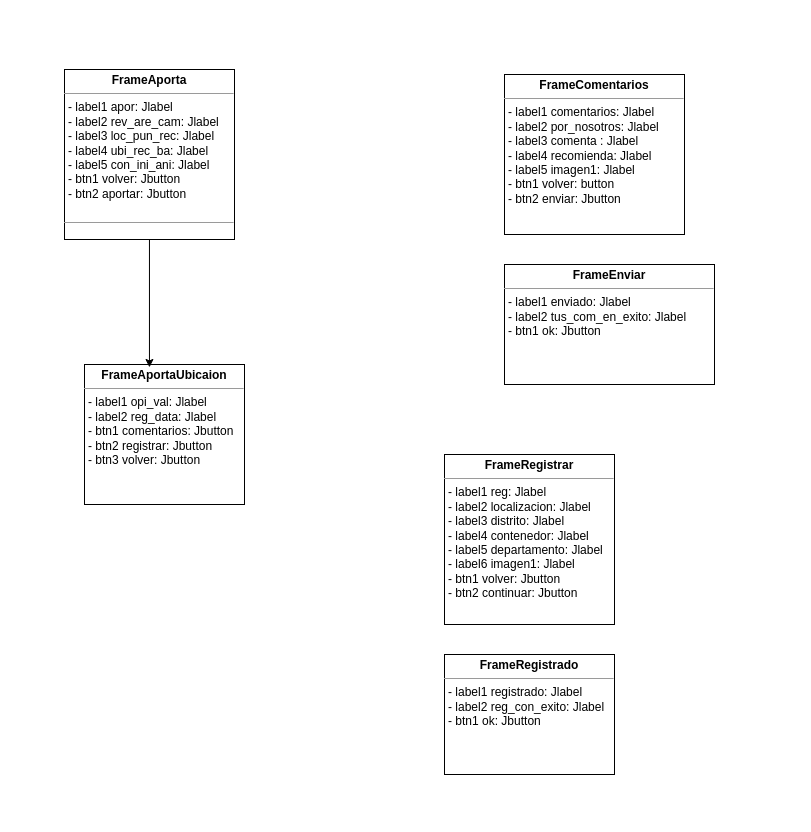
IsmaelC12/laboratorio_1 keeps this draw.io diagram as POO.drawio. Above is the earlier version. Source tidied: cells renumbered, new cells numbered last; positions are measured from the earlier drawing's top-left corner, leaving out a move shared by most shapes. Both pictures are drawn from the tidied source at 100%, with x=0, y=0 at pixel (64, 69).
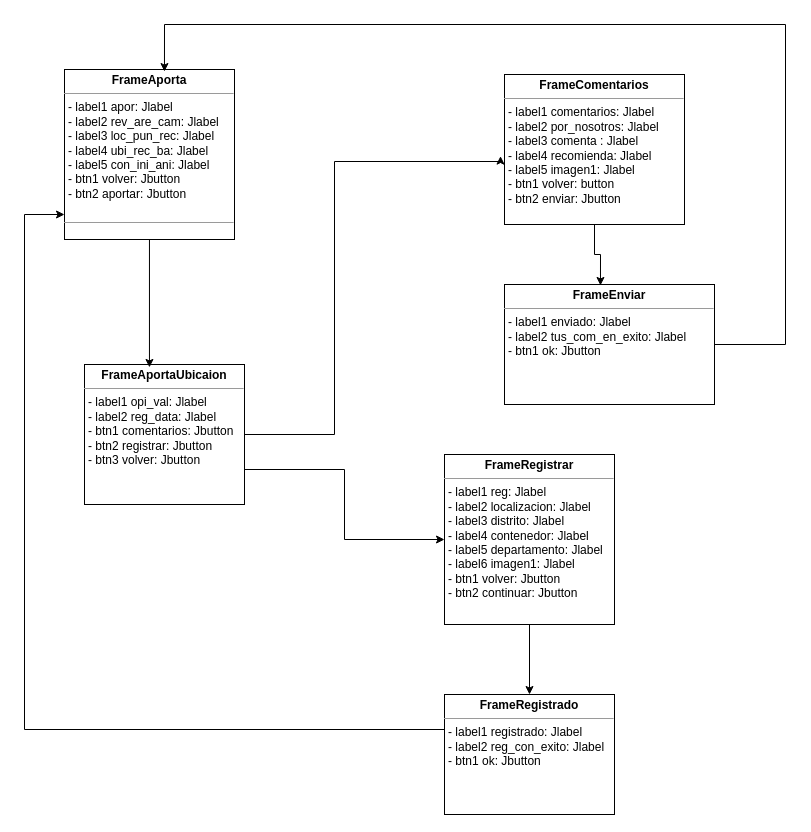
The same diagram, later.

Unchanged cells that the change refers to:
```xml
<mxCell id="2" value="&lt;p style=&quot;margin:0px;margin-top:4px;text-align:center;&quot;&gt;&lt;b&gt;FrameAporta&lt;/b&gt;&lt;/p&gt;&lt;hr size=&quot;1&quot;&gt;&lt;p style=&quot;margin:0px;margin-left:4px;&quot;&gt;- label1 apor: Jlabel&lt;/p&gt;&lt;p style=&quot;margin:0px;margin-left:4px;&quot;&gt;- label2 rev_are_cam: Jlabel&lt;/p&gt;&lt;p style=&quot;margin:0px;margin-left:4px;&quot;&gt;- label3 loc_pun_rec: Jlabel&lt;/p&gt;&lt;p style=&quot;margin:0px;margin-left:4px;&quot;&gt;- label4 ubi_rec_ba: Jlabel&lt;/p&gt;&lt;p style=&quot;margin:0px;margin-left:4px;&quot;&gt;- label5 con_ini_ani: Jlabel&lt;/p&gt;&lt;p style=&quot;margin:0px;margin-left:4px;&quot;&gt;- btn1 volver: Jbutton&lt;/p&gt;&lt;p style=&quot;margin:0px;margin-left:4px;&quot;&gt;- btn2 aportar: Jbutton&lt;/p&gt;&lt;p style=&quot;margin:0px;margin-left:4px;&quot;&gt;&lt;br&gt;&lt;/p&gt;&lt;hr size=&quot;1&quot;&gt;&lt;p style=&quot;margin:0px;margin-left:4px;&quot;&gt;&lt;br&gt;&lt;/p&gt;" style="verticalAlign=top;align=left;overflow=fill;fontSize=12;fontFamily=Helvetica;html=1;whiteSpace=wrap;" parent="1" vertex="1">
  <mxGeometry width="170" height="170" as="geometry" />
</mxCell>
<mxCell id="3" value="&lt;p style=&quot;margin:0px;margin-top:4px;text-align:center;&quot;&gt;&lt;b&gt;FrameAportaUbicaion&lt;/b&gt;&lt;/p&gt;&lt;hr size=&quot;1&quot;&gt;&lt;p style=&quot;margin:0px;margin-left:4px;&quot;&gt;- label1 opi_val: Jlabel&lt;/p&gt;&lt;p style=&quot;margin:0px;margin-left:4px;&quot;&gt;- label2 reg_data: Jlabel&lt;/p&gt;&lt;p style=&quot;margin:0px;margin-left:4px;&quot;&gt;- btn1 comentarios: Jbutton&lt;/p&gt;&lt;p style=&quot;margin:0px;margin-left:4px;&quot;&gt;- btn2 registrar: Jbutton&lt;/p&gt;&lt;p style=&quot;margin:0px;margin-left:4px;&quot;&gt;- btn3 volver: Jbutton&lt;/p&gt;&lt;p style=&quot;margin:0px;margin-left:4px;&quot;&gt;&lt;br&gt;&lt;/p&gt;" style="verticalAlign=top;align=left;overflow=fill;fontSize=12;fontFamily=Helvetica;html=1;whiteSpace=wrap;" parent="1" vertex="1">
  <mxGeometry x="20" y="295" width="160" height="140" as="geometry" />
</mxCell>
<mxCell id="6" value="&lt;p style=&quot;margin:0px;margin-top:4px;text-align:center;&quot;&gt;&lt;b&gt;FrameRegistrar&lt;/b&gt;&lt;/p&gt;&lt;hr size=&quot;1&quot;&gt;&lt;p style=&quot;margin:0px;margin-left:4px;&quot;&gt;- label1 reg: Jlabel&lt;/p&gt;&lt;p style=&quot;margin:0px;margin-left:4px;&quot;&gt;- label2 localizacion: Jlabel&lt;/p&gt;&lt;p style=&quot;margin:0px;margin-left:4px;&quot;&gt;- label3 distrito: Jlabel&lt;/p&gt;&lt;p style=&quot;margin:0px;margin-left:4px;&quot;&gt;- label4 contenedor: Jlabel&lt;/p&gt;&lt;p style=&quot;margin:0px;margin-left:4px;&quot;&gt;- label5 departamento: Jlabel&lt;/p&gt;&lt;p style=&quot;margin:0px;margin-left:4px;&quot;&gt;- label6 imagen1: Jlabel&lt;/p&gt;&lt;p style=&quot;margin:0px;margin-left:4px;&quot;&gt;- btn1 volver: Jbutton&lt;/p&gt;&lt;p style=&quot;margin:0px;margin-left:4px;&quot;&gt;- btn2 continuar: Jbutton&lt;/p&gt;" style="verticalAlign=top;align=left;overflow=fill;fontSize=12;fontFamily=Helvetica;html=1;whiteSpace=wrap;" parent="1" vertex="1">
  <mxGeometry x="380" y="385" width="170" height="170" as="geometry" />
</mxCell>
```

What changed in the source:
```diff
@@
+    <mxCell id="9" style="edgeStyle=orthogonalEdgeStyle;rounded=0;jettySize=auto;html=1;entryX=-0.022;entryY=0.544;entryDx=0;entryDy=0;entryPerimeter=0;exitX=1;exitY=0.5;exitDx=0;exitDy=0;" parent="1" edge="1" source="3" target="7">
+      <mxGeometry relative="1" as="geometry">
+        <Array as="points">
+          <mxPoint x="270" y="365" />
+          <mxPoint x="270" y="92" />
+        </Array>
+      </mxGeometry>
+    </mxCell>
+    <mxCell id="10" style="edgeStyle=orthogonalEdgeStyle;rounded=0;jettySize=auto;html=1;exitX=1;exitY=0.75;exitDx=0;exitDy=0;" parent="1" edge="1" source="3" target="6">
+      <mxGeometry relative="1" as="geometry" />
+    </mxCell>
@@
+    <mxCell id="11" style="edgeStyle=orthogonalEdgeStyle;rounded=0;jettySize=auto;html=1;entryX=0.588;entryY=0.012;entryDx=0;entryDy=0;entryPerimeter=0;" parent="1" edge="1" source="4" target="2">
+      <mxGeometry relative="1" as="geometry">
+        <Array as="points">
+          <mxPoint x="721" y="275" />
+          <mxPoint x="721" y="-45" />
+          <mxPoint x="100" y="-45" />
+        </Array>
+      </mxGeometry>
+    </mxCell>
     <mxCell id="4" value="&lt;p style=&quot;margin:0px;margin-top:4px;text-align:center;&quot;&gt;&lt;b&gt;FrameEnviar&lt;/b&gt;&lt;/p&gt;&lt;hr size=&quot;1&quot;&gt;&lt;p style=&quot;margin:0px;margin-left:4px;&quot;&gt;- label1 enviado: Jlabel&lt;/p&gt;&lt;p style=&quot;margin:0px;margin-left:4px;&quot;&gt;- label2 tus_com_en_exito: Jlabel&lt;/p&gt;&lt;p style=&quot;margin:0px;margin-left:4px;&quot;&gt;- btn1 ok: Jbutton&lt;/p&gt;&lt;p style=&quot;margin:0px;margin-left:4px;&quot;&gt;&lt;br&gt;&lt;/p&gt;" style="verticalAlign=top;align=left;overflow=fill;fontSize=12;fontFamily=Helvetica;html=1;whiteSpace=wrap;" parent="1" vertex="1">
-      <mxGeometry x="440" y="195" width="210" height="120" as="geometry" />
+      <mxGeometry x="440" y="215" width="210" height="120" as="geometry" />
     </mxCell>
+    <mxCell id="12" style="edgeStyle=orthogonalEdgeStyle;rounded=0;orthogonalLoop=1;jettySize=auto;html=1;entryX=0;entryY=1;entryDx=0;entryDy=0;" parent="1" edge="1">
+      <mxGeometry relative="1" as="geometry">
+        <mxPoint x="380" y="660" as="sourcePoint" />
+        <mxPoint y="145" as="targetPoint" />
+        <Array as="points">
+          <mxPoint x="-40" y="660" />
+          <mxPoint x="-40" y="145" />
+        </Array>
+      </mxGeometry>
+    </mxCell>
     <mxCell id="5" value="&lt;p style=&quot;margin:0px;margin-top:4px;text-align:center;&quot;&gt;&lt;b&gt;FrameRegistrado&lt;/b&gt;&lt;/p&gt;&lt;hr size=&quot;1&quot;&gt;&lt;p style=&quot;margin:0px;margin-left:4px;&quot;&gt;- label1 registrado: Jlabel&lt;/p&gt;&lt;p style=&quot;margin:0px;margin-left:4px;&quot;&gt;- label2 reg_con_exito: Jlabel&lt;/p&gt;&lt;p style=&quot;margin:0px;margin-left:4px;&quot;&gt;- btn1 ok: Jbutton&lt;/p&gt;&lt;p style=&quot;margin:0px;margin-left:4px;&quot;&gt;&lt;br&gt;&lt;/p&gt;" style="verticalAlign=top;align=left;overflow=fill;fontSize=12;fontFamily=Helvetica;html=1;whiteSpace=wrap;" parent="1" vertex="1">
-      <mxGeometry x="380" y="585" width="170" height="120" as="geometry" />
+      <mxGeometry x="380" y="625" width="170" height="120" as="geometry" />
     </mxCell>
+    <mxCell id="13" style="edgeStyle=orthogonalEdgeStyle;rounded=0;jettySize=auto;html=1;entryX=0.5;entryY=0;entryDx=0;entryDy=0;" parent="1" edge="1" source="6" target="5">
+      <mxGeometry relative="1" as="geometry" />
+    </mxCell>
@@
     <mxCell id="7" value="&lt;p style=&quot;margin:0px;margin-top:4px;text-align:center;&quot;&gt;&lt;b&gt;FrameComentarios&lt;/b&gt;&lt;/p&gt;&lt;hr size=&quot;1&quot;&gt;&lt;p style=&quot;margin:0px;margin-left:4px;&quot;&gt;- label1 comentarios: Jlabel&lt;/p&gt;&lt;p style=&quot;margin:0px;margin-left:4px;&quot;&gt;- label2 por_nosotros: Jlabel&lt;/p&gt;&lt;p style=&quot;margin:0px;margin-left:4px;&quot;&gt;- label3 comenta : Jlabel&lt;/p&gt;&lt;p style=&quot;margin:0px;margin-left:4px;&quot;&gt;- label4 recomienda: Jlabel&lt;/p&gt;&lt;p style=&quot;margin:0px;margin-left:4px;&quot;&gt;- label5 imagen1: Jlabel&lt;/p&gt;&lt;p style=&quot;margin:0px;margin-left:4px;&quot;&gt;- btn1 volver: button&lt;/p&gt;&lt;p style=&quot;margin:0px;margin-left:4px;&quot;&gt;- btn2 enviar: Jbutton&lt;/p&gt;&lt;p style=&quot;margin:0px;margin-left:4px;&quot;&gt;&lt;br&gt;&lt;/p&gt;" style="verticalAlign=top;align=left;overflow=fill;fontSize=12;fontFamily=Helvetica;html=1;whiteSpace=wrap;" parent="1" vertex="1">
-      <mxGeometry x="440" y="5" width="180" height="160" as="geometry" />
+      <mxGeometry x="440" y="5" width="180" height="150" as="geometry" />
     </mxCell>
@@
+    <mxCell id="14" style="edgeStyle=orthogonalEdgeStyle;rounded=0;jettySize=auto;html=1;entryX=0.457;entryY=0.008;entryDx=0;entryDy=0;entryPerimeter=0;" parent="1" edge="1" source="7" target="4">
+      <mxGeometry relative="1" as="geometry" />
+    </mxCell>
```
